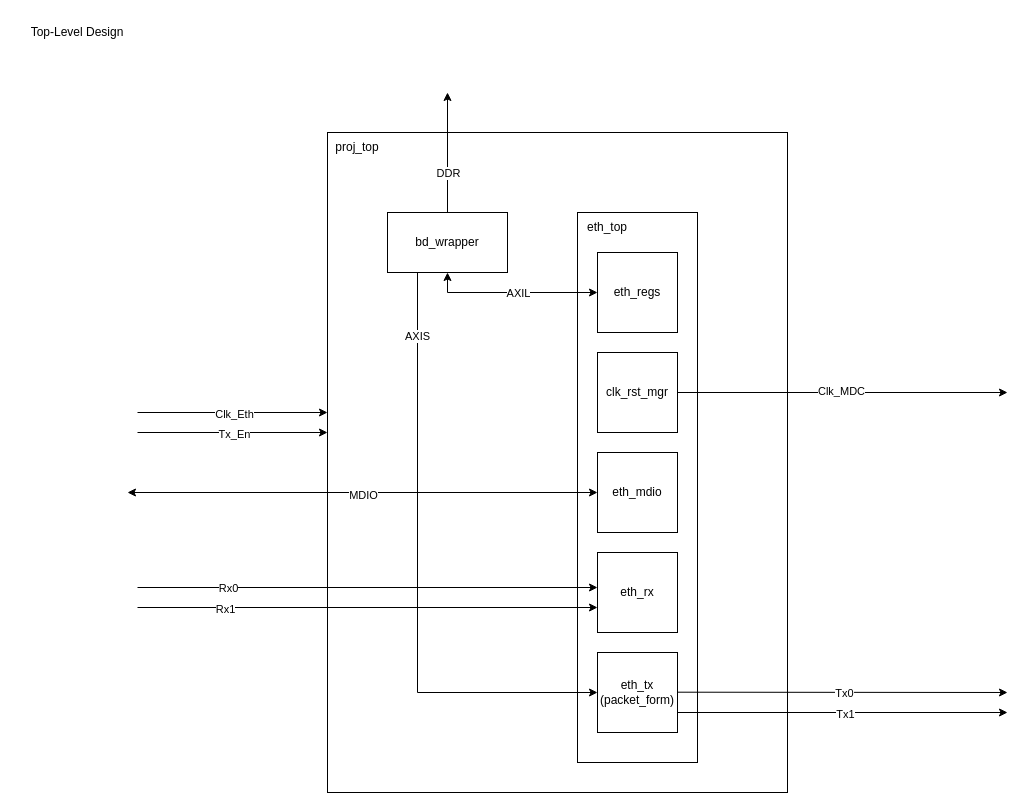
Above: page "Top-Level" (2 of 2) of 04_docs/diagrams/eth_bd.drawio in AlexDom513/simpleEthernet (draw.io), before the change. Source tidied: cells renumbered, new cells numbered last; positions are measured from the earlier drawing's top-left corner, leaving out a move shared by most shapes. Both pictures are drawn from the tidied source at 100%, with x=0, y=0 at pixel (17, 17).
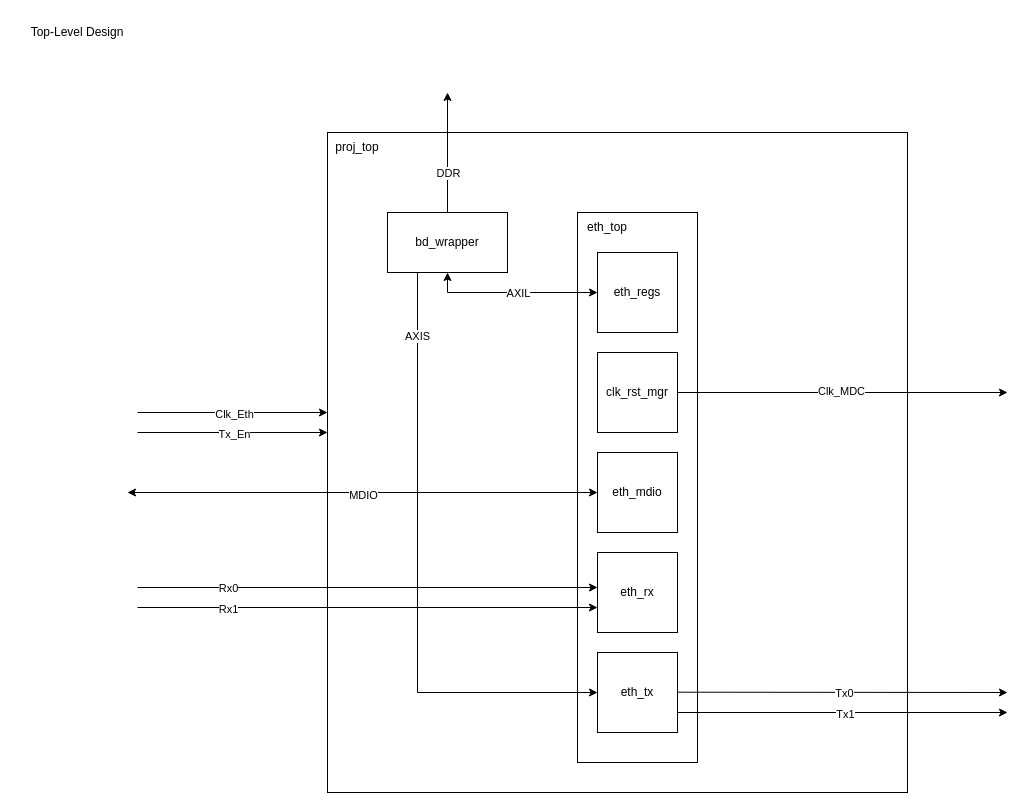
The same page after the edit.

The change refers to these unchanged cells:
```xml
<mxCell id="33" style="endArrow=classic;html=1;rounded=0;entryX=0;entryY=0.25;entryDx=0;entryDy=0;" parent="1" edge="1">
  <mxGeometry relative="1" as="geometry">
    <mxPoint x="120" y="590" as="sourcePoint" />
    <mxPoint x="580" y="590" as="targetPoint" />
  </mxGeometry>
</mxCell>
```

Diff of the diagram source:
```diff
@@
     <mxCell id="2" style="rounded=0;whiteSpace=wrap;html=1;" parent="1" vertex="1">
-      <mxGeometry x="310" y="115" width="460" height="660" as="geometry" />
+      <mxGeometry x="310" y="115" width="580" height="660" as="geometry" />
     </mxCell>
@@
-    <mxCell id="7" value="eth_tx&lt;div&gt;(packet_form)&lt;/div&gt;" style="whiteSpace=wrap;html=1;" parent="1" vertex="1">
+    <mxCell id="7" value="eth_tx" style="whiteSpace=wrap;html=1;" parent="1" vertex="1">
       <mxGeometry x="580" y="635" width="80" height="80" as="geometry" />
     </mxCell>
@@
     <mxCell id="34" value="Rx1" style="edgeLabel;html=1;align=center;verticalAlign=middle;" parent="33" vertex="1">
-      <mxGeometry x="-0.62" y="-1" relative="1" as="geometry" />
+      <mxGeometry x="-0.62" y="-1" relative="1" as="geometry">
+        <mxPoint x="3" as="offset" />
+      </mxGeometry>
     </mxCell>
```
